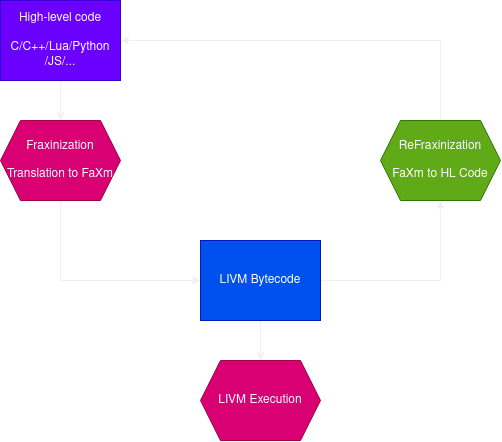
Before: LIVM-concept.png, a diagram exported from draw.io (AlmiriQ/LIVM). Source tidied: cells renumbered, new cells last; positions are measured from the earlier drawing's top-left corner, leaving out a move shared by most shapes. Its diagram source:
```xml
<mxGraphModel>
  <root>
    <mxCell id="0" />
    <mxCell id="1" parent="0" />
    <mxCell id="2" style="edgeStyle=orthogonalEdgeStyle;rounded=0;jettySize=auto;html=1;" parent="1" edge="1" source="3" target="5">
      <mxGeometry relative="1" as="geometry" />
    </mxCell>
    <mxCell id="3" value="&lt;div&gt;High-level code&lt;/div&gt;&lt;div&gt;&lt;br&gt;&lt;/div&gt;&lt;div&gt;C/C++/Lua/Python/JS/...&lt;br&gt;&lt;/div&gt;" style="rounded=0;whiteSpace=wrap;html=1;fillColor=#6a00ff;fontColor=#ffffff;strokeColor=#3700CC;" parent="1" vertex="1">
      <mxGeometry width="120" height="80" as="geometry" />
    </mxCell>
    <mxCell id="4" style="edgeStyle=orthogonalEdgeStyle;rounded=0;jettySize=auto;html=1;" parent="1" edge="1" source="5" target="8">
      <mxGeometry relative="1" as="geometry">
        <Array as="points">
          <mxPoint x="60" y="280" />
        </Array>
      </mxGeometry>
    </mxCell>
    <mxCell id="5" value="&lt;div&gt;Fraxinization&lt;/div&gt;&lt;div&gt;&lt;br&gt;&lt;/div&gt;&lt;div&gt;Translation to FaXm&lt;br&gt;&lt;/div&gt;" style="shape=hexagon;perimeter=hexagonPerimeter2;whiteSpace=wrap;html=1;fixedSize=1;fillColor=#d80073;fontColor=#ffffff;strokeColor=#A50040;" parent="1" vertex="1">
      <mxGeometry y="120" width="120" height="80" as="geometry" />
    </mxCell>
    <mxCell id="6" style="edgeStyle=orthogonalEdgeStyle;rounded=0;jettySize=auto;html=1;" parent="1" edge="1" source="8" target="9">
      <mxGeometry relative="1" as="geometry" />
    </mxCell>
    <mxCell id="7" style="edgeStyle=orthogonalEdgeStyle;rounded=0;jettySize=auto;html=1;entryX=0.5;entryY=1;entryDx=0;entryDy=0;" parent="1" edge="1" source="8" target="11">
      <mxGeometry relative="1" as="geometry">
        <Array as="points">
          <mxPoint x="440" y="280" />
        </Array>
      </mxGeometry>
    </mxCell>
    <mxCell id="8" value="LIVM Bytecode" style="rounded=0;whiteSpace=wrap;html=1;fillColor=#0050ef;fontColor=#ffffff;strokeColor=#001DBC;" parent="1" vertex="1">
      <mxGeometry x="200" y="240" width="120" height="80" as="geometry" />
    </mxCell>
    <mxCell id="9" value="LIVM Execution" style="shape=hexagon;perimeter=hexagonPerimeter2;whiteSpace=wrap;html=1;fixedSize=1;fillColor=#d80073;fontColor=#ffffff;strokeColor=#A50040;" parent="1" vertex="1">
      <mxGeometry x="200" y="360" width="120" height="80" as="geometry" />
    </mxCell>
    <mxCell id="10" style="edgeStyle=orthogonalEdgeStyle;rounded=0;jettySize=auto;html=1;entryX=1;entryY=0.5;entryDx=0;entryDy=0;" parent="1" edge="1" source="11" target="3">
      <mxGeometry relative="1" as="geometry">
        <Array as="points">
          <mxPoint x="440" y="40" />
        </Array>
      </mxGeometry>
    </mxCell>
    <mxCell id="11" value="&lt;div&gt;ReFraxinization&lt;/div&gt;&lt;div&gt;&lt;br&gt;&lt;/div&gt;&lt;div&gt;FaXm to HL Code&lt;br&gt;&lt;/div&gt;" style="shape=hexagon;perimeter=hexagonPerimeter2;whiteSpace=wrap;html=1;fixedSize=1;fillColor=#60a917;fontColor=#ffffff;strokeColor=#2D7600;" parent="1" vertex="1">
      <mxGeometry x="380" y="120" width="120" height="80" as="geometry" />
    </mxCell>
  </root>
</mxGraphModel>
```
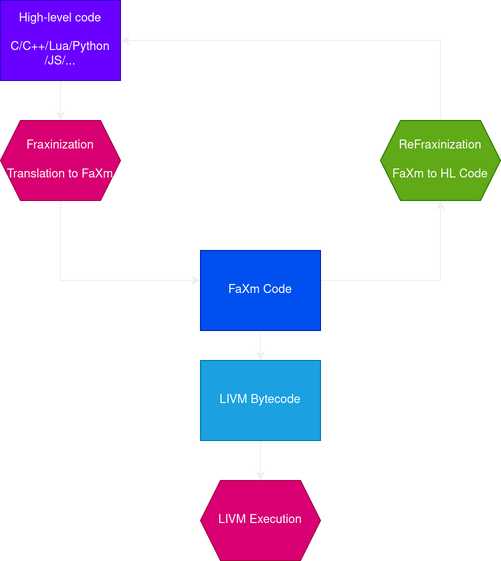
The same diagram one commit later.

Diff of the diagram source:
```diff
@@ -18,9 +18,6 @@
     <mxCell id="5" value="&lt;div&gt;Fraxinization&lt;/div&gt;&lt;div&gt;&lt;br&gt;&lt;/div&gt;&lt;div&gt;Translation to FaXm&lt;br&gt;&lt;/div&gt;" style="shape=hexagon;perimeter=hexagonPerimeter2;whiteSpace=wrap;html=1;fixedSize=1;fillColor=#d80073;fontColor=#ffffff;strokeColor=#A50040;" parent="1" vertex="1">
       <mxGeometry y="120" width="120" height="80" as="geometry" />
     </mxCell>
-    <mxCell id="6" style="edgeStyle=orthogonalEdgeStyle;rounded=0;jettySize=auto;html=1;" parent="1" edge="1" source="8" target="9">
-      <mxGeometry relative="1" as="geometry" />
-    </mxCell>
     <mxCell id="7" style="edgeStyle=orthogonalEdgeStyle;rounded=0;jettySize=auto;html=1;entryX=0.5;entryY=1;entryDx=0;entryDy=0;" parent="1" edge="1" source="8" target="11">
       <mxGeometry relative="1" as="geometry">
         <Array as="points">
@@ -28,11 +25,14 @@
         </Array>
       </mxGeometry>
     </mxCell>
+    <mxCell id="12" style="edgeStyle=orthogonalEdgeStyle;rounded=0;jettySize=auto;html=1;" parent="1" edge="1" source="8" target="14">
+      <mxGeometry relative="1" as="geometry" />
+    </mxCell>
-    <mxCell id="8" value="LIVM Bytecode" style="rounded=0;whiteSpace=wrap;html=1;fillColor=#0050ef;fontColor=#ffffff;strokeColor=#001DBC;" parent="1" vertex="1">
-      <mxGeometry x="200" y="240" width="120" height="80" as="geometry" />
+    <mxCell id="8" value="FaXm Code" style="rounded=0;whiteSpace=wrap;html=1;fillColor=#0050ef;fontColor=#ffffff;strokeColor=#001DBC;" parent="1" vertex="1">
+      <mxGeometry x="200" y="250" width="120" height="80" as="geometry" />
     </mxCell>
     <mxCell id="9" value="LIVM Execution" style="shape=hexagon;perimeter=hexagonPerimeter2;whiteSpace=wrap;html=1;fixedSize=1;fillColor=#d80073;fontColor=#ffffff;strokeColor=#A50040;" parent="1" vertex="1">
-      <mxGeometry x="200" y="360" width="120" height="80" as="geometry" />
+      <mxGeometry x="200" y="480" width="120" height="80" as="geometry" />
     </mxCell>
     <mxCell id="10" style="edgeStyle=orthogonalEdgeStyle;rounded=0;jettySize=auto;html=1;entryX=1;entryY=0.5;entryDx=0;entryDy=0;" parent="1" edge="1" source="11" target="3">
       <mxGeometry relative="1" as="geometry">
@@ -44,5 +44,11 @@
     <mxCell id="11" value="&lt;div&gt;ReFraxinization&lt;/div&gt;&lt;div&gt;&lt;br&gt;&lt;/div&gt;&lt;div&gt;FaXm to HL Code&lt;br&gt;&lt;/div&gt;" style="shape=hexagon;perimeter=hexagonPerimeter2;whiteSpace=wrap;html=1;fixedSize=1;fillColor=#60a917;fontColor=#ffffff;strokeColor=#2D7600;" parent="1" vertex="1">
       <mxGeometry x="380" y="120" width="120" height="80" as="geometry" />
     </mxCell>
+    <mxCell id="13" style="edgeStyle=orthogonalEdgeStyle;rounded=0;jettySize=auto;html=1;entryX=0.5;entryY=0;entryDx=0;entryDy=0;" parent="1" edge="1" source="14" target="9">
+      <mxGeometry relative="1" as="geometry" />
+    </mxCell>
+    <mxCell id="14" value="LIVM Bytecode" style="rounded=0;whiteSpace=wrap;html=1;fillColor=#1ba1e2;fontColor=#ffffff;strokeColor=#006EAF;" parent="1" vertex="1">
+      <mxGeometry x="200" y="360" width="120" height="80" as="geometry" />
+    </mxCell>
   </root>
 </mxGraphModel>
```
